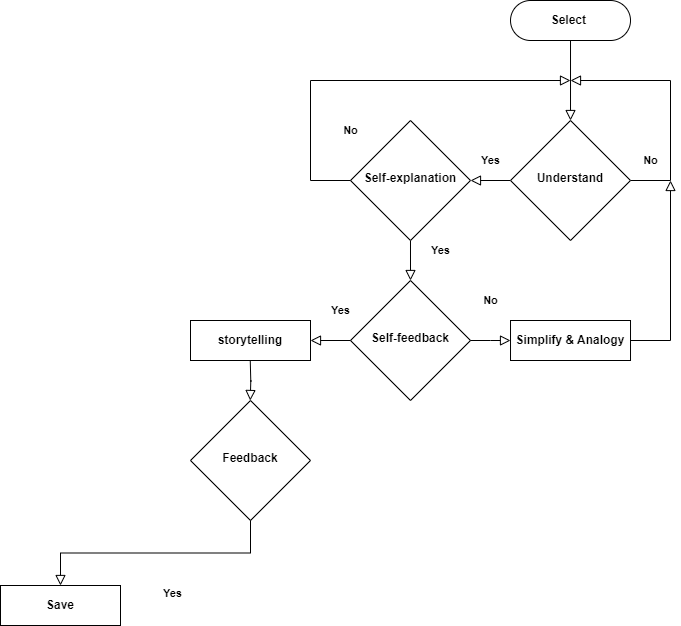
This is Feynman.png from fightmeat/photos, a draw.io export, as it was before one commit. Source tidied: cells renumbered, new cells last; positions are measured from the earlier drawing's top-left corner, leaving out a move shared by most shapes.
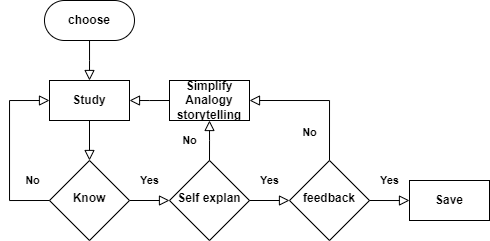
Above is the later version.

What changed in the source:
```diff
@@ -2,84 +2,77 @@
   <root>
     <mxCell id="0" />
     <mxCell id="1" parent="0" />
-    <mxCell id="2" style="rounded=0;html=1;jettySize=auto;fontSize=11;endArrow=block;endFill=0;endSize=8;strokeWidth=1;shadow=0;labelBackgroundColor=none;edgeStyle=orthogonalEdgeStyle;" parent="1" edge="1" source="3" target="6">
-      <mxGeometry relative="1" as="geometry" />
+    <mxCell id="2" style="rounded=0;html=1;jettySize=auto;fontSize=11;endArrow=block;endFill=0;endSize=8;strokeWidth=1;shadow=0;labelBackgroundColor=none;edgeStyle=orthogonalEdgeStyle;" parent="1" edge="1" source="3">
+      <mxGeometry relative="1" as="geometry">
+        <mxPoint x="590" y="200" as="targetPoint" />
+      </mxGeometry>
     </mxCell>
-    <mxCell id="3" value="&lt;b&gt;Select&amp;nbsp;&lt;/b&gt;" style="rounded=1;whiteSpace=wrap;html=1;fontSize=12;glass=0;strokeWidth=1;shadow=0;arcSize=50;" parent="1" vertex="1">
-      <mxGeometry x="510" width="120" height="40" as="geometry" />
+    <mxCell id="3" value="&lt;b&gt;choose&lt;/b&gt;" style="rounded=1;whiteSpace=wrap;html=1;fontSize=12;glass=0;strokeWidth=1;shadow=0;arcSize=50;" parent="1" vertex="1">
+      <mxGeometry x="545" y="120" width="90" height="40" as="geometry" />
     </mxCell>
-    <mxCell id="4" value="&lt;b&gt;Yes&lt;/b&gt;" style="rounded=0;html=1;jettySize=auto;fontSize=11;endArrow=block;endFill=0;endSize=8;strokeWidth=1;shadow=0;labelBackgroundColor=none;edgeStyle=orthogonalEdgeStyle;" parent="1" edge="1" source="6" target="8">
-      <mxGeometry y="-20" relative="1" as="geometry" />
+    <mxCell id="4" value="&lt;b&gt;Yes&lt;/b&gt;" style="rounded=0;html=1;jettySize=auto;fontSize=11;endArrow=block;endFill=0;endSize=8;strokeWidth=1;shadow=0;labelBackgroundColor=none;edgeStyle=orthogonalEdgeStyle;exitX=1;exitY=0.5;exitDx=0;exitDy=0;entryX=0;entryY=0.5;entryDx=0;entryDy=0;" parent="1" edge="1" source="6" target="8">
+      <mxGeometry y="20" relative="1" as="geometry" />
     </mxCell>
-    <mxCell id="5" value="&lt;b&gt;No&lt;/b&gt;" style="edgeStyle=orthogonalEdgeStyle;rounded=0;html=1;jettySize=auto;fontSize=11;endArrow=block;endFill=0;endSize=8;strokeWidth=1;shadow=0;labelBackgroundColor=none;exitX=1;exitY=0.5;exitDx=0;exitDy=0;" parent="1" edge="1" source="6">
-      <mxGeometry x="-0.5" y="20" relative="1" as="geometry">
-        <mxPoint x="570" y="80" as="targetPoint" />
-        <Array as="points">
-          <mxPoint x="670" y="180" />
-          <mxPoint x="670" y="80" />
-        </Array>
-      </mxGeometry>
-    </mxCell>
-    <mxCell id="6" value="&lt;b&gt;Understand&lt;/b&gt;" style="rhombus;whiteSpace=wrap;html=1;shadow=0;fontFamily=Helvetica;fontSize=12;align=center;strokeWidth=1;spacing=6;spacingTop=-4;" parent="1" vertex="1">
-      <mxGeometry x="510" y="120" width="120" height="120" as="geometry" />
+    <mxCell id="6" value="&lt;b&gt;Know&lt;/b&gt;" style="rhombus;whiteSpace=wrap;html=1;shadow=0;fontFamily=Helvetica;fontSize=12;align=center;strokeWidth=1;spacing=6;spacingTop=-4;" parent="1" vertex="1">
+      <mxGeometry x="550" y="280" width="80" height="80" as="geometry" />
     </mxCell>
-    <mxCell id="7" value="&lt;b&gt;Yes&lt;/b&gt;" style="edgeStyle=orthogonalEdgeStyle;rounded=0;html=1;jettySize=auto;fontSize=11;endArrow=block;endFill=0;endSize=8;strokeWidth=1;shadow=0;labelBackgroundColor=none;entryX=0.5;entryY=0;entryDx=0;entryDy=0;exitX=0.5;exitY=1;exitDx=0;exitDy=0;" parent="1" edge="1" source="8" target="16">
-      <mxGeometry x="-0.5" y="30" relative="1" as="geometry" />
-    </mxCell>
-    <mxCell id="8" value="&lt;b&gt;Self-explanation&lt;/b&gt;" style="rhombus;whiteSpace=wrap;html=1;shadow=0;fontFamily=Helvetica;fontSize=12;align=center;strokeWidth=1;spacing=6;spacingTop=-4;" parent="1" vertex="1">
-      <mxGeometry x="350" y="120" width="120" height="120" as="geometry" />
+    <mxCell id="8" value="&lt;b&gt;Self explan&lt;/b&gt;" style="rhombus;whiteSpace=wrap;html=1;shadow=0;fontFamily=Helvetica;fontSize=12;align=center;strokeWidth=1;spacing=6;spacingTop=-4;" parent="1" vertex="1">
+      <mxGeometry x="670" y="280" width="80" height="80" as="geometry" />
     </mxCell>
-    <mxCell id="9" value="&lt;b&gt;Feedback&lt;/b&gt;" style="rhombus;whiteSpace=wrap;html=1;shadow=0;fontFamily=Helvetica;fontSize=12;align=center;strokeWidth=1;spacing=6;spacingTop=-4;" parent="1" vertex="1">
-      <mxGeometry x="190" y="400" width="120" height="120" as="geometry" />
-    </mxCell>
-    <mxCell id="10" value="&lt;b&gt;Simplify &amp;amp; Analogy&lt;/b&gt;" style="rounded=1;whiteSpace=wrap;html=1;fontSize=12;glass=0;strokeWidth=1;shadow=0;arcSize=0;" parent="1" vertex="1">
-      <mxGeometry x="510" y="320" width="120" height="40" as="geometry" />
+    <mxCell id="10" value="&lt;b&gt;Simplify Analogy storytelling&lt;/b&gt;" style="rounded=1;whiteSpace=wrap;html=1;fontSize=12;glass=0;strokeWidth=1;shadow=0;arcSize=0;" parent="1" vertex="1">
+      <mxGeometry x="670" y="200" width="80" height="40" as="geometry" />
     </mxCell>
-    <mxCell id="11" style="edgeStyle=orthogonalEdgeStyle;rounded=0;html=1;jettySize=auto;orthogonalLoop=1;fontSize=11;endArrow=block;endFill=0;endSize=8;strokeWidth=1;shadow=0;labelBackgroundColor=none;" parent="1" edge="1">
-      <mxGeometry x="-0.82" y="190" relative="1" as="geometry">
-        <mxPoint x="630" y="340" as="sourcePoint" />
-        <mxPoint x="670" y="180" as="targetPoint" />
-        <Array as="points">
-          <mxPoint x="670" y="340" />
-        </Array>
-      </mxGeometry>
-    </mxCell>
     <mxCell id="12" value="&lt;b&gt;Save&lt;/b&gt;" style="rounded=1;whiteSpace=wrap;html=1;fontSize=12;glass=0;strokeWidth=1;shadow=0;arcSize=0;" parent="1" vertex="1">
-      <mxGeometry y="585" width="120" height="40" as="geometry" />
+      <mxGeometry x="910" y="300" width="80" height="40" as="geometry" />
     </mxCell>
-    <mxCell id="13" value="&lt;b&gt;Yes&lt;/b&gt;" style="edgeStyle=orthogonalEdgeStyle;rounded=0;html=1;jettySize=auto;fontSize=11;endArrow=block;endFill=0;endSize=8;strokeWidth=1;shadow=0;labelBackgroundColor=none;entryX=0.5;entryY=0;entryDx=0;entryDy=0;exitX=0.5;exitY=1;exitDx=0;exitDy=0;" parent="1" edge="1" source="9" target="12">
-      <mxGeometry x="-0.13" y="40" relative="1" as="geometry" />
-    </mxCell>
-    <mxCell id="14" value="&lt;b&gt;storytelling&lt;/b&gt;" style="rounded=1;whiteSpace=wrap;html=1;fontSize=12;glass=0;strokeWidth=1;shadow=0;arcSize=0;" parent="1" vertex="1">
-      <mxGeometry x="190" y="320" width="120" height="40" as="geometry" />
-    </mxCell>
-    <mxCell id="15" value="&lt;b&gt;No&lt;/b&gt;" style="edgeStyle=orthogonalEdgeStyle;rounded=0;html=1;jettySize=auto;fontSize=11;endArrow=block;endFill=0;endSize=8;strokeWidth=1;shadow=0;labelBackgroundColor=none;exitX=0;exitY=0.5;exitDx=0;exitDy=0;" parent="1" edge="1" source="8">
-      <mxGeometry x="-0.55" y="-40" relative="1" as="geometry">
-        <mxPoint x="570" y="80" as="targetPoint" />
+    <mxCell id="15" value="&lt;b&gt;No&lt;/b&gt;" style="edgeStyle=orthogonalEdgeStyle;rounded=0;html=1;jettySize=auto;fontSize=11;endArrow=block;endFill=0;endSize=8;strokeWidth=1;shadow=0;labelBackgroundColor=none;entryX=1;entryY=0.5;entryDx=0;entryDy=0;exitX=0.5;exitY=0;exitDx=0;exitDy=0;" parent="1" edge="1" source="16" target="10">
+      <mxGeometry x="-0.6" y="20" relative="1" as="geometry">
         <Array as="points">
-          <mxPoint x="310" y="180" />
-          <mxPoint x="310" y="80" />
+          <mxPoint x="830" y="220" />
         </Array>
       </mxGeometry>
     </mxCell>
-    <mxCell id="16" value="&lt;b&gt;Self-feedback&lt;/b&gt;" style="rhombus;whiteSpace=wrap;html=1;shadow=0;fontFamily=Helvetica;fontSize=12;align=center;strokeWidth=1;spacing=6;spacingTop=-4;" parent="1" vertex="1">
-      <mxGeometry x="350" y="280" width="120" height="120" as="geometry" />
+    <mxCell id="16" value="&lt;b&gt;feedback&lt;/b&gt;" style="rhombus;whiteSpace=wrap;html=1;shadow=0;fontFamily=Helvetica;fontSize=12;align=center;strokeWidth=1;spacing=6;spacingTop=-4;" parent="1" vertex="1">
+      <mxGeometry x="790" y="280" width="80" height="80" as="geometry" />
     </mxCell>
-    <mxCell id="17" value="&lt;b&gt;Yes&lt;/b&gt;" style="edgeStyle=orthogonalEdgeStyle;rounded=0;html=1;jettySize=auto;fontSize=11;endArrow=block;endFill=0;endSize=8;strokeWidth=1;shadow=0;labelBackgroundColor=none;exitX=0;exitY=0.5;exitDx=0;exitDy=0;entryX=1;entryY=0.5;entryDx=0;entryDy=0;" parent="1" edge="1" source="16" target="14">
-      <mxGeometry x="-0.5" y="-30" relative="1" as="geometry" />
-    </mxCell>
-    <mxCell id="18" value="&lt;b&gt;No&lt;/b&gt;" style="edgeStyle=orthogonalEdgeStyle;rounded=0;html=1;jettySize=auto;fontSize=11;endArrow=block;endFill=0;endSize=8;strokeWidth=1;shadow=0;labelBackgroundColor=none;exitX=1;exitY=0.5;exitDx=0;exitDy=0;" parent="1" edge="1" source="16">
-      <mxGeometry x="-0.01" y="-40" relative="1" as="geometry">
-        <mxPoint x="510" y="340" as="targetPoint" />
-        <mxPoint x="40" y="-40" as="offset" />
+    <mxCell id="18" value="&lt;b&gt;No&lt;/b&gt;" style="edgeStyle=orthogonalEdgeStyle;rounded=0;html=1;jettySize=auto;fontSize=11;endArrow=block;endFill=0;endSize=8;strokeWidth=1;shadow=0;labelBackgroundColor=none;exitX=0;exitY=0.5;exitDx=0;exitDy=0;entryX=0;entryY=0.5;entryDx=0;entryDy=0;" parent="1" edge="1" source="6" target="22">
+      <mxGeometry x="-0.82" y="-20" relative="1" as="geometry">
+        <Array as="points">
+          <mxPoint x="510" y="320" />
+          <mxPoint x="510" y="220" />
+        </Array>
       </mxGeometry>
     </mxCell>
-    <mxCell id="19" style="edgeStyle=orthogonalEdgeStyle;rounded=0;html=1;jettySize=auto;orthogonalLoop=1;fontSize=11;endArrow=block;endFill=0;endSize=8;strokeWidth=1;shadow=0;labelBackgroundColor=none;entryX=0.5;entryY=0;entryDx=0;entryDy=0;exitX=0.5;exitY=1;exitDx=0;exitDy=0;" parent="1" edge="1">
-      <mxGeometry x="1" y="449" relative="1" as="geometry">
-        <mxPoint x="249.8" y="360" as="sourcePoint" />
-        <mxPoint x="249.8" y="400" as="targetPoint" />
-        <mxPoint x="-19" y="118" as="offset" />
-      </mxGeometry>
-    </mxCell>
+    <mxCell id="7" value="&lt;b&gt;Yes&lt;/b&gt;" style="rounded=0;html=1;jettySize=auto;fontSize=11;endArrow=block;endFill=0;endSize=8;strokeWidth=1;shadow=0;labelBackgroundColor=none;edgeStyle=orthogonalEdgeStyle;exitX=1;exitY=0.5;exitDx=0;exitDy=0;entryX=0;entryY=0.5;entryDx=0;entryDy=0;" parent="1" edge="1" source="8" target="16">
+      <mxGeometry y="20" relative="1" as="geometry" />
+    </mxCell>
+    <mxCell id="20" value="&lt;b&gt;Yes&lt;/b&gt;" style="edgeStyle=orthogonalEdgeStyle;rounded=0;html=1;jettySize=auto;fontSize=11;endArrow=block;endFill=0;endSize=8;strokeWidth=1;shadow=0;labelBackgroundColor=none;exitX=1;exitY=0.5;exitDx=0;exitDy=0;entryX=0;entryY=0.5;entryDx=0;entryDy=0;" parent="1" edge="1" source="16" target="12">
+      <mxGeometry y="20" relative="1" as="geometry">
+        <Array as="points">
+          <mxPoint x="900" y="320" />
+          <mxPoint x="900" y="320" />
+        </Array>
+      </mxGeometry>
+    </mxCell>
+    <mxCell id="5" value="&lt;b&gt;No&lt;/b&gt;" style="edgeStyle=orthogonalEdgeStyle;rounded=0;html=1;jettySize=auto;fontSize=11;endArrow=block;endFill=0;endSize=8;strokeWidth=1;shadow=0;labelBackgroundColor=none;exitX=0.5;exitY=0;exitDx=0;exitDy=0;entryX=0.5;entryY=1;entryDx=0;entryDy=0;" parent="1" edge="1" source="8" target="10">
+      <mxGeometry y="20" relative="1" as="geometry">
+        <Array as="points">
+          <mxPoint x="710" y="260" />
+          <mxPoint x="710" y="260" />
+        </Array>
+      </mxGeometry>
+    </mxCell>
+    <mxCell id="21" style="edgeStyle=orthogonalEdgeStyle;rounded=0;html=1;jettySize=auto;fontSize=11;endArrow=block;endFill=0;endSize=8;strokeWidth=1;shadow=0;labelBackgroundColor=none;exitX=0;exitY=0.5;exitDx=0;exitDy=0;" parent="1" edge="1" source="10">
+      <mxGeometry x="-1" y="-72" relative="1" as="geometry">
+        <mxPoint x="630" y="220" as="targetPoint" />
+        <mxPoint x="40" y="12" as="offset" />
+      </mxGeometry>
+    </mxCell>
+    <mxCell id="22" value="&lt;b&gt;Study&lt;/b&gt;" style="rounded=1;whiteSpace=wrap;html=1;fontSize=12;glass=0;strokeWidth=1;shadow=0;arcSize=0;" parent="1" vertex="1">
+      <mxGeometry x="550" y="200" width="80" height="40" as="geometry" />
+    </mxCell>
+    <mxCell id="23" style="rounded=0;html=1;jettySize=auto;fontSize=11;endArrow=block;endFill=0;endSize=8;strokeWidth=1;shadow=0;labelBackgroundColor=none;edgeStyle=orthogonalEdgeStyle;exitX=0.5;exitY=1;exitDx=0;exitDy=0;entryX=0.5;entryY=0;entryDx=0;entryDy=0;" parent="1" edge="1" source="22" target="6">
+      <mxGeometry relative="1" as="geometry" />
+    </mxCell>
   </root>
 </mxGraphModel>
```
